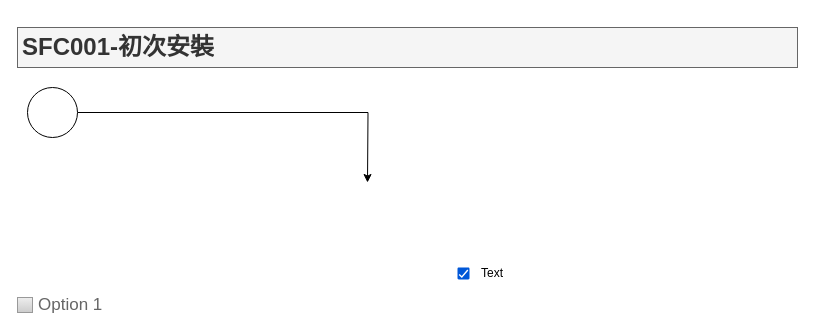
This is 客戶服務SOP.drawio from frglobal/documents, a draw.io file, before an edit. Source tidied: cells renumbered, new cells numbered last; positions are measured from the earlier drawing's top-left corner, leaving out a move shared by most shapes. Both pictures are drawn from the tidied source at 100%, with x=0, y=0 at pixel (17, 27).
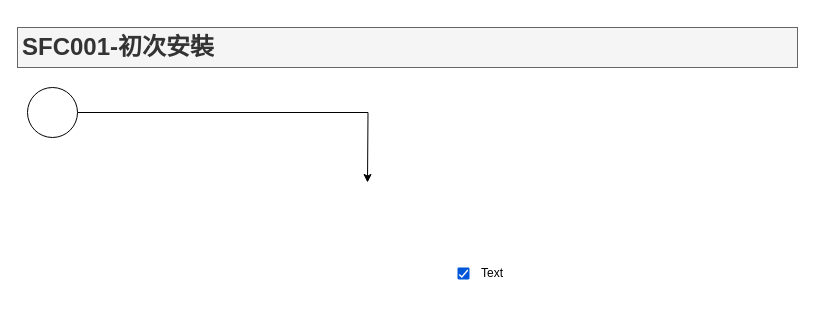
Above is the later version.

Commit message (it also covers changes not shown here):
更新客戶服務SOP.drawio

Diff of the diagram source:
```diff
@@
 <mxGraphModel>
   <root>
     <mxCell id="0" />
     <mxCell id="1" parent="0" />
     <mxCell id="2" value="&lt;h1&gt;SFC001-初次安裝&lt;/h1&gt;" style="text;html=1;strokeColor=#666666;fillColor=#f5f5f5;spacing=5;spacingTop=-20;whiteSpace=wrap;overflow=hidden;rounded=0;fontColor=#333333;fontFamily=Noto Sans TC;FType=g;" parent="1" vertex="1">
       <mxGeometry width="780" height="40" as="geometry" />
     </mxCell>
     <mxCell id="3" style="edgeStyle=orthogonalEdgeStyle;rounded=0;jettySize=auto;html=1;" parent="1" edge="1" source="4">
       <mxGeometry relative="1" as="geometry">
         <mxPoint x="350" y="155" as="targetPoint" />
       </mxGeometry>
     </mxCell>
     <mxCell id="4" style="shape=mxgraph.bpmn.shape;html=1;verticalLabelPosition=bottom;labelBackgroundColor=#ffffff;verticalAlign=top;align=center;perimeter=ellipsePerimeter;outlineConnect=0;outline=standard;symbol=general;" parent="1" vertex="1">
       <mxGeometry x="10" y="60" width="50" height="50" as="geometry" />
     </mxCell>
     <mxCell id="5" value="Text" style="html=1;shadow=0;dashed=0;shape=mxgraph.atlassian.checkbox_2;fillColor=#0057D8;strokeColor=none;align=left;verticalAlign=middle;fontStyle=0;fontSize=12;labelPosition=right;verticalLabelPosition=middle;spacingLeft=10;" parent="1" vertex="1">
       <mxGeometry x="440" y="240" width="12" height="12" as="geometry" />
     </mxCell>
-    <mxCell id="6" value="Option 1" style="strokeWidth=1;shadow=0;dashed=0;align=center;html=1;shape=mxgraph.mockup.forms.rrect;rSize=0;fillColor=#eeeeee;strokeColor=#999999;gradientColor=#cccccc;align=left;spacingLeft=4;fontSize=17;fontColor=#666666;labelPosition=right;" parent="1" vertex="1">
-      <mxGeometry y="270" width="15" height="15" as="geometry" />
-    </mxCell>
   </root>
 </mxGraphModel>
```
